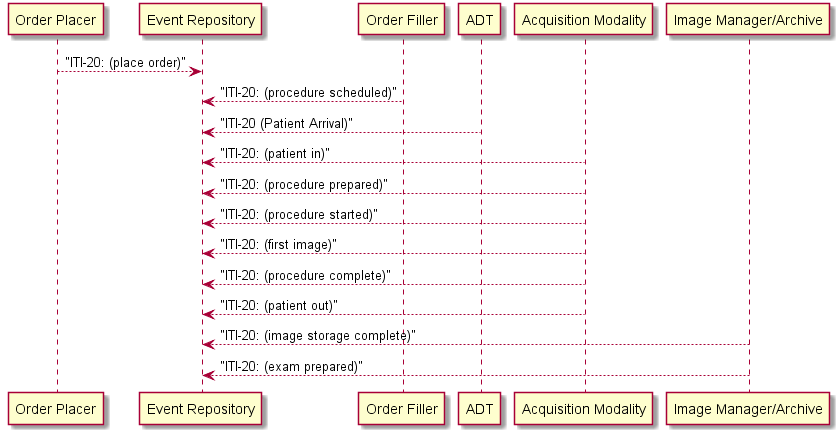
The PlantUML diagram order-perform-study.png in rjhorn-agfa/SOLE, before a commit.
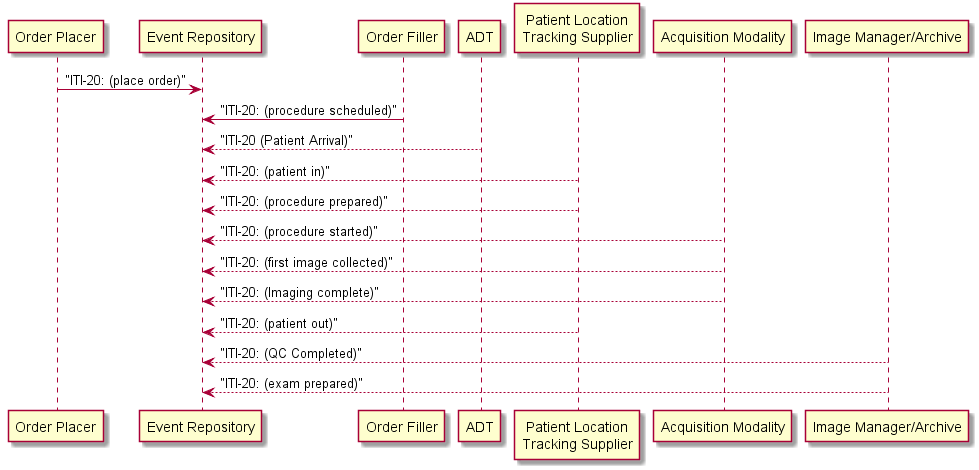
The same file after the commit.

Commit message:
Tidy up diagrams

What changed in the source:
```diff
@@ -1,13 +1,15 @@
 @startuml
-"Order Placer" --> "Event Repository" : "ITI-20: (place order)"
-"Order Filler" --> "Event Repository" : "ITI-20: (procedure scheduled)"
+
+"Order Placer" -> "Event Repository" : "ITI-20: (place order)"
+"Order Filler" -> "Event Repository" : "ITI-20: (procedure scheduled)"
 "ADT" --> "Event Repository" : "ITI-20 (Patient Arrival)"
-"Acquisition Modality" --> "Event Repository" : "ITI-20: (patient in)"
-"Acquisition Modality" --> "Event Repository" : "ITI-20: (procedure prepared)"
+"Patient Location\nTracking Supplier" --> "Event Repository" : "ITI-20: (patient in)"
+"Patient Location\nTracking Supplier" --> "Event Repository" : "ITI-20: (procedure prepared)"
 "Acquisition Modality" --> "Event Repository" : "ITI-20: (procedure started)"
-"Acquisition Modality" --> "Event Repository" : "ITI-20: (first image)"
-"Acquisition Modality" --> "Event Repository" : "ITI-20: (procedure complete)"
-"Acquisition Modality" --> "Event Repository" : "ITI-20: (patient out)"
-"Image Manager/Archive" --> "Event Repository" : "ITI-20: (image storage complete)"
+"Acquisition Modality" --> "Event Repository" : "ITI-20: (first image collected)"
+"Acquisition Modality" --> "Event Repository" : "ITI-20: (Imaging complete)"
+"Patient Location\nTracking Supplier" --> "Event Repository" : "ITI-20: (patient out)"
+"Image Manager/Archive" --> "Event Repository" : "ITI-20: (QC Completed)"
 "Image Manager/Archive" --> "Event Repository" : "ITI-20: (exam prepared)"
+
 @enduml
```
